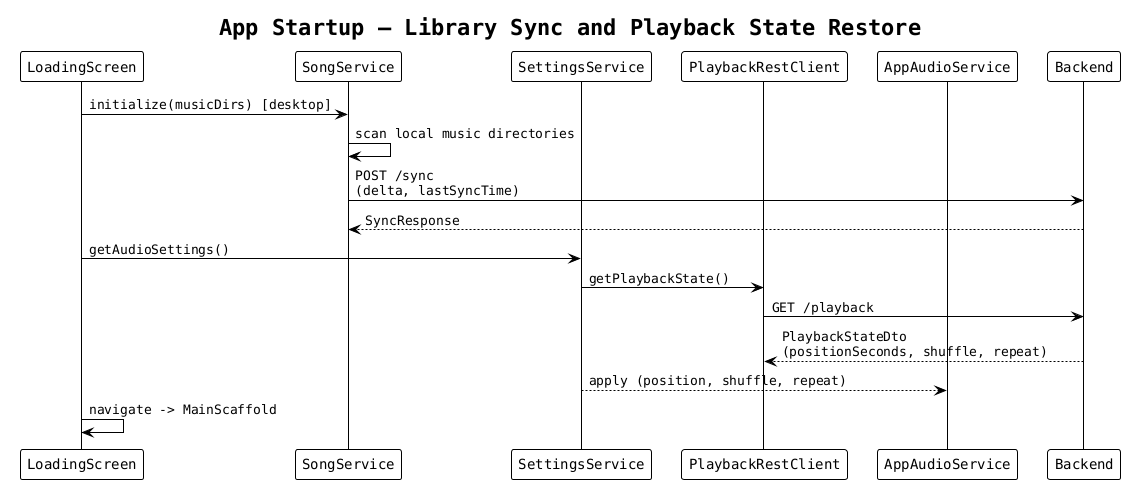
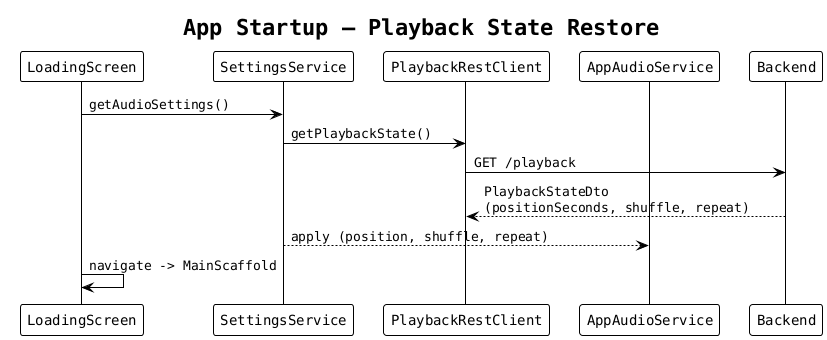
@startuml flow_app_startup_restore
!theme plain
skinparam defaultFontName monospaced

- title App Startup — Library Sync and Playback State Restore
+ title App Startup — Playback State Restore

participant "LoadingScreen" as loading
- participant "SongService" as songSvc
participant "SettingsService" as settingsSvc
participant "PlaybackRestClient" as playbackRest
participant "AppAudioService" as audioSvc
participant "Backend" as backend
- 
- loading -> songSvc: initialize(musicDirs) [desktop]
- songSvc -> songSvc: scan local music directories
- songSvc -> backend: POST /sync\n(delta, lastSyncTime)
- backend --> songSvc: SyncResponse

loading -> settingsSvc: getAudioSettings()
settingsSvc -> playbackRest: getPlaybackState()
playbackRest -> backend: GET /playback
backend --> playbackRest: PlaybackStateDto\n(positionSeconds, shuffle, repeat)
settingsSvc --> audioSvc: apply (position, shuffle, repeat)

loading -> loading: navigate -> MainScaffold

@enduml
